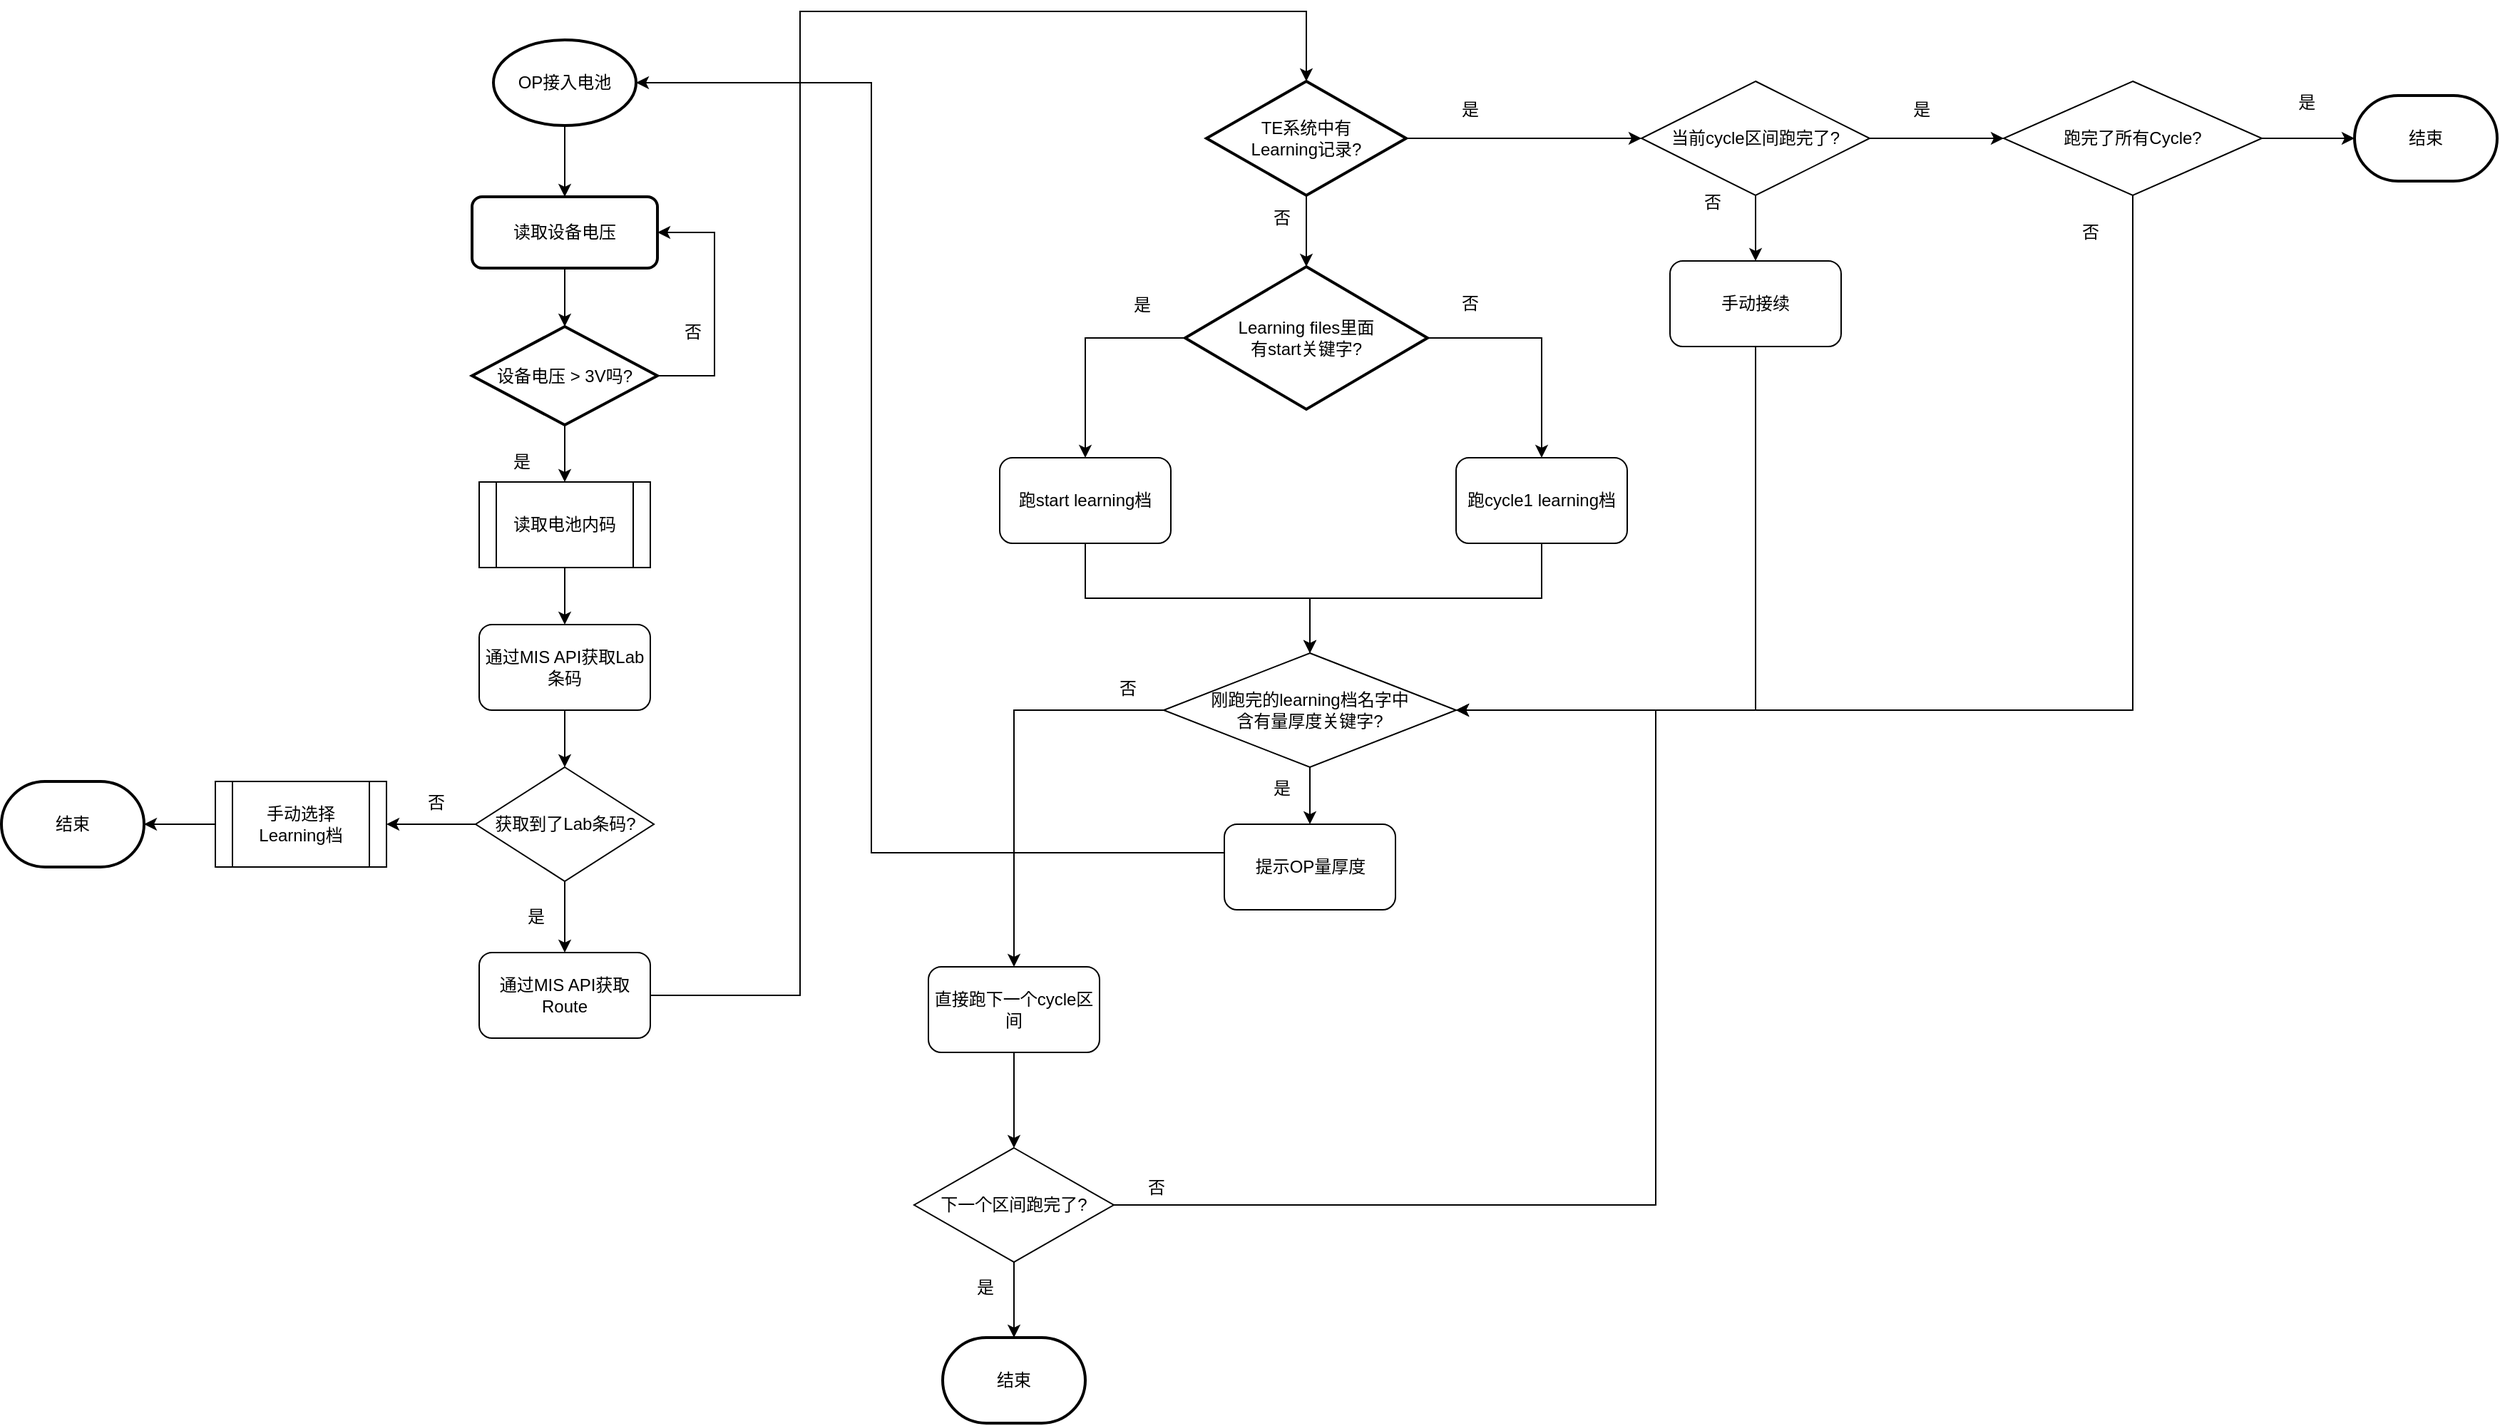
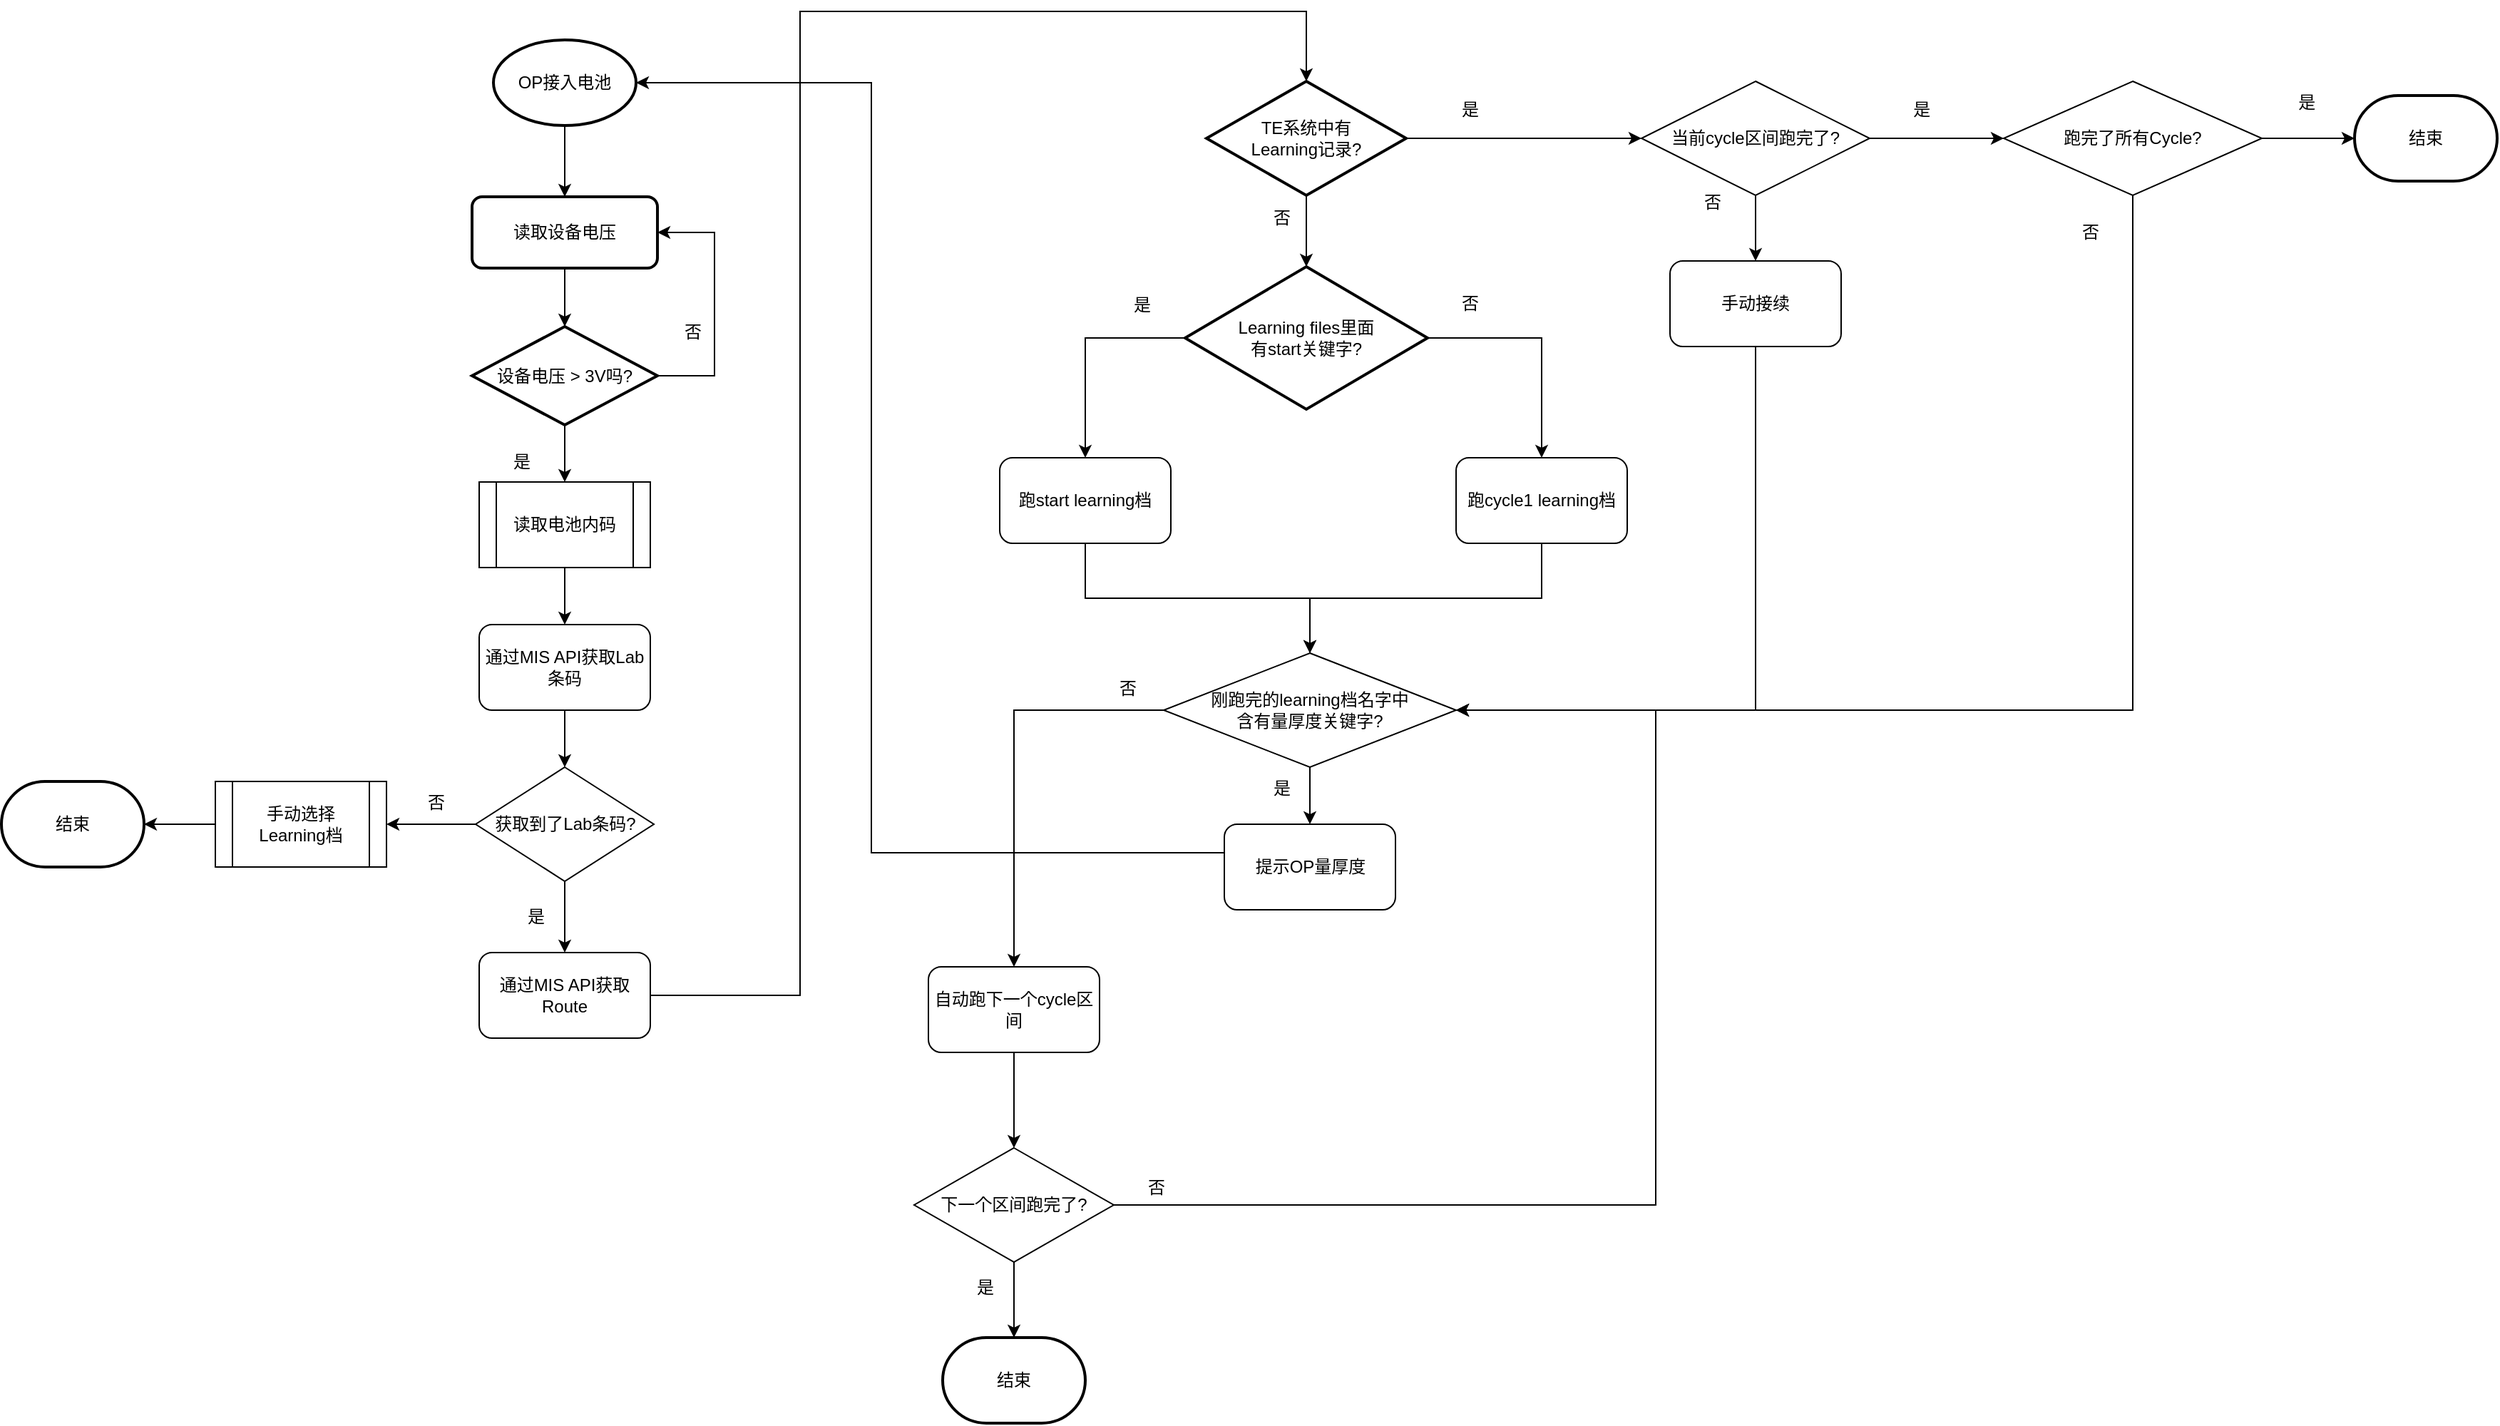
<mxfile host="app.diagrams.net">
  <diagram name="第 1 页" id="3HldnIOuQtLrwHUO-1mN">
    <mxGraphModel dx="1384" dy="813" grid="1" gridSize="10" guides="1" tooltips="1" connect="1" arrows="1" fold="1" page="1" pageScale="1" pageWidth="1169" pageHeight="827" background="#FFFFFF" math="0" shadow="0">
      <root>
        <mxCell id="0" />
        <mxCell id="1" parent="0" />
        <mxCell id="qRa3hty1LtdxE0hFs_0w-8" edge="1" parent="1" source="qRa3hty1LtdxE0hFs_0w-4" style="edgeStyle=orthogonalEdgeStyle;rounded=0;orthogonalLoop=1;jettySize=auto;html=1;" target="qRa3hty1LtdxE0hFs_0w-6" value="">
          <mxGeometry relative="1" as="geometry" />
        </mxCell>
        <mxCell id="qRa3hty1LtdxE0hFs_0w-4" parent="1" style="strokeWidth=2;html=1;shape=mxgraph.flowchart.start_1;whiteSpace=wrap;" value="OP接入电池" vertex="1">
          <mxGeometry height="60" width="100" x="385" y="50" as="geometry" />
        </mxCell>
        <mxCell id="qRa3hty1LtdxE0hFs_0w-9" edge="1" parent="1" source="qRa3hty1LtdxE0hFs_0w-6" style="edgeStyle=orthogonalEdgeStyle;rounded=0;orthogonalLoop=1;jettySize=auto;html=1;" target="qRa3hty1LtdxE0hFs_0w-7" value="">
          <mxGeometry relative="1" as="geometry" />
        </mxCell>
        <mxCell id="qRa3hty1LtdxE0hFs_0w-6" parent="1" style="rounded=1;whiteSpace=wrap;html=1;absoluteArcSize=1;arcSize=14;strokeWidth=2;" value="读取设备电压" vertex="1">
          <mxGeometry height="50" width="130" x="370" y="160" as="geometry" />
        </mxCell>
        <mxCell id="qRa3hty1LtdxE0hFs_0w-14" edge="1" parent="1" source="qRa3hty1LtdxE0hFs_0w-7" style="edgeStyle=orthogonalEdgeStyle;rounded=0;orthogonalLoop=1;jettySize=auto;html=1;" target="qRa3hty1LtdxE0hFs_0w-13" value="">
          <mxGeometry relative="1" as="geometry" />
        </mxCell>
        <mxCell id="qRa3hty1LtdxE0hFs_0w-25" edge="1" parent="1" source="qRa3hty1LtdxE0hFs_0w-7" style="edgeStyle=orthogonalEdgeStyle;rounded=0;orthogonalLoop=1;jettySize=auto;html=1;entryX=1;entryY=0.5;entryDx=0;entryDy=0;" target="qRa3hty1LtdxE0hFs_0w-6">
          <mxGeometry relative="1" as="geometry">
            <Array as="points">
              <mxPoint x="540" y="286" />
              <mxPoint x="540" y="185" />
            </Array>
            <mxPoint x="580" y="180" as="targetPoint" />
          </mxGeometry>
        </mxCell>
        <mxCell id="qRa3hty1LtdxE0hFs_0w-7" parent="1" style="strokeWidth=2;html=1;shape=mxgraph.flowchart.decision;whiteSpace=wrap;" value="设备电压 &amp;gt; 3V吗?" vertex="1">
          <mxGeometry height="69" width="130" x="370" y="251" as="geometry" />
        </mxCell>
        <mxCell id="qRa3hty1LtdxE0hFs_0w-11" parent="1" style="text;html=1;whiteSpace=wrap;strokeColor=none;fillColor=none;align=center;verticalAlign=middle;rounded=0;" value="&lt;div&gt;否&lt;/div&gt;" vertex="1">
          <mxGeometry height="30" width="60" x="495" y="240" as="geometry" />
        </mxCell>
        <mxCell id="qRa3hty1LtdxE0hFs_0w-12" parent="1" style="text;html=1;whiteSpace=wrap;strokeColor=none;fillColor=none;align=center;verticalAlign=middle;rounded=0;" value="&lt;div&gt;是&lt;/div&gt;" vertex="1">
          <mxGeometry height="30" width="60" x="375" y="331" as="geometry" />
        </mxCell>
        <mxCell id="qRa3hty1LtdxE0hFs_0w-16" edge="1" parent="1" source="qRa3hty1LtdxE0hFs_0w-13" style="edgeStyle=orthogonalEdgeStyle;rounded=0;orthogonalLoop=1;jettySize=auto;html=1;" target="qRa3hty1LtdxE0hFs_0w-15" value="">
          <mxGeometry relative="1" as="geometry" />
        </mxCell>
        <mxCell id="qRa3hty1LtdxE0hFs_0w-13" parent="1" style="shape=process;whiteSpace=wrap;html=1;backgroundOutline=1;" value="读取电池内码" vertex="1">
          <mxGeometry height="60" width="120" x="375" y="360" as="geometry" />
        </mxCell>
        <mxCell id="qRa3hty1LtdxE0hFs_0w-20" edge="1" parent="1" source="qRa3hty1LtdxE0hFs_0w-15" style="edgeStyle=orthogonalEdgeStyle;rounded=0;orthogonalLoop=1;jettySize=auto;html=1;" target="qRa3hty1LtdxE0hFs_0w-19" value="">
          <mxGeometry relative="1" as="geometry" />
        </mxCell>
        <mxCell id="qRa3hty1LtdxE0hFs_0w-15" parent="1" style="rounded=1;whiteSpace=wrap;html=1;" value="通过MIS API获取Lab条码" vertex="1">
          <mxGeometry height="60" width="120" x="375" y="460" as="geometry" />
        </mxCell>
        <mxCell id="qRa3hty1LtdxE0hFs_0w-31" edge="1" parent="1" source="qRa3hty1LtdxE0hFs_0w-17" style="edgeStyle=orthogonalEdgeStyle;rounded=0;orthogonalLoop=1;jettySize=auto;html=1;entryX=0.5;entryY=0;entryDx=0;entryDy=0;entryPerimeter=0;" target="qRa3hty1LtdxE0hFs_0w-30" value="">
          <mxGeometry relative="1" as="geometry">
            <Array as="points">
              <mxPoint x="600" y="720" />
              <mxPoint x="600" y="30" />
              <mxPoint x="955" y="30" />
            </Array>
          </mxGeometry>
        </mxCell>
        <mxCell id="qRa3hty1LtdxE0hFs_0w-17" parent="1" style="rounded=1;whiteSpace=wrap;html=1;" value="通过MIS API获取Route" vertex="1">
          <mxGeometry height="60" width="120" x="375" y="690" as="geometry" />
        </mxCell>
        <mxCell id="qRa3hty1LtdxE0hFs_0w-21" edge="1" parent="1" source="qRa3hty1LtdxE0hFs_0w-19" style="edgeStyle=orthogonalEdgeStyle;rounded=0;orthogonalLoop=1;jettySize=auto;html=1;" target="qRa3hty1LtdxE0hFs_0w-17" value="">
          <mxGeometry relative="1" as="geometry" />
        </mxCell>
        <mxCell id="qRa3hty1LtdxE0hFs_0w-27" edge="1" parent="1" source="qRa3hty1LtdxE0hFs_0w-19" style="edgeStyle=orthogonalEdgeStyle;rounded=0;orthogonalLoop=1;jettySize=auto;html=1;" target="qRa3hty1LtdxE0hFs_0w-26" value="">
          <mxGeometry relative="1" as="geometry" />
        </mxCell>
        <mxCell id="qRa3hty1LtdxE0hFs_0w-19" parent="1" style="rhombus;whiteSpace=wrap;html=1;" value="获取到了Lab条码?" vertex="1">
          <mxGeometry height="80" width="125" x="372.5" y="560" as="geometry" />
        </mxCell>
        <mxCell id="qRa3hty1LtdxE0hFs_0w-22" parent="1" style="text;html=1;whiteSpace=wrap;strokeColor=none;fillColor=none;align=center;verticalAlign=middle;rounded=0;" value="是" vertex="1">
          <mxGeometry height="30" width="60" x="385" y="650" as="geometry" />
        </mxCell>
        <mxCell id="qRa3hty1LtdxE0hFs_0w-29" edge="1" parent="1" source="qRa3hty1LtdxE0hFs_0w-26" style="edgeStyle=orthogonalEdgeStyle;rounded=0;orthogonalLoop=1;jettySize=auto;html=1;" target="qRa3hty1LtdxE0hFs_0w-28" value="">
          <mxGeometry relative="1" as="geometry" />
        </mxCell>
        <mxCell id="qRa3hty1LtdxE0hFs_0w-26" parent="1" style="shape=process;whiteSpace=wrap;html=1;backgroundOutline=1;" value="手动选择Learning档" vertex="1">
          <mxGeometry height="60" width="120" x="190" y="570" as="geometry" />
        </mxCell>
        <mxCell id="qRa3hty1LtdxE0hFs_0w-28" parent="1" style="strokeWidth=2;html=1;shape=mxgraph.flowchart.terminator;whiteSpace=wrap;" value="结束" vertex="1">
          <mxGeometry height="60" width="100" x="40" y="570" as="geometry" />
        </mxCell>
        <mxCell id="qRa3hty1LtdxE0hFs_0w-34" edge="1" parent="1" source="qRa3hty1LtdxE0hFs_0w-30" style="edgeStyle=orthogonalEdgeStyle;rounded=0;orthogonalLoop=1;jettySize=auto;html=1;" target="qRa3hty1LtdxE0hFs_0w-33" value="">
          <mxGeometry relative="1" as="geometry" />
        </mxCell>
        <mxCell id="qRa3hty1LtdxE0hFs_0w-38" edge="1" parent="1" source="qRa3hty1LtdxE0hFs_0w-30" style="edgeStyle=orthogonalEdgeStyle;rounded=0;orthogonalLoop=1;jettySize=auto;html=1;" target="qRa3hty1LtdxE0hFs_0w-37" value="">
          <mxGeometry relative="1" as="geometry" />
        </mxCell>
        <mxCell id="qRa3hty1LtdxE0hFs_0w-30" parent="1" style="strokeWidth=2;html=1;shape=mxgraph.flowchart.decision;whiteSpace=wrap;" value="&lt;div&gt;TE系统中有&lt;/div&gt;&lt;div&gt;Learning记录?&lt;/div&gt;" vertex="1">
          <mxGeometry height="80" width="140" x="885" y="79" as="geometry" />
        </mxCell>
        <mxCell id="qRa3hty1LtdxE0hFs_0w-45" edge="1" parent="1" source="qRa3hty1LtdxE0hFs_0w-33" style="edgeStyle=orthogonalEdgeStyle;rounded=0;orthogonalLoop=1;jettySize=auto;html=1;" target="qRa3hty1LtdxE0hFs_0w-44" value="">
          <mxGeometry relative="1" as="geometry" />
        </mxCell>
        <mxCell id="qRa3hty1LtdxE0hFs_0w-67" edge="1" parent="1" source="qRa3hty1LtdxE0hFs_0w-33" style="edgeStyle=orthogonalEdgeStyle;rounded=0;orthogonalLoop=1;jettySize=auto;html=1;entryX=0.5;entryY=0;entryDx=0;entryDy=0;exitX=1;exitY=0.5;exitDx=0;exitDy=0;exitPerimeter=0;" target="qRa3hty1LtdxE0hFs_0w-66">
          <mxGeometry relative="1" as="geometry" />
        </mxCell>
        <mxCell id="qRa3hty1LtdxE0hFs_0w-33" parent="1" style="strokeWidth=2;html=1;shape=mxgraph.flowchart.decision;whiteSpace=wrap;" value="&lt;div&gt;Learning files里面&lt;/div&gt;&lt;div&gt;有start关键字?&lt;/div&gt;" vertex="1">
          <mxGeometry height="100" width="170" x="870" y="209" as="geometry" />
        </mxCell>
        <mxCell id="qRa3hty1LtdxE0hFs_0w-35" parent="1" style="text;html=1;whiteSpace=wrap;strokeColor=none;fillColor=none;align=center;verticalAlign=middle;rounded=0;" value="否" vertex="1">
          <mxGeometry height="30" width="60" x="907.5" y="160" as="geometry" />
        </mxCell>
        <mxCell id="qRa3hty1LtdxE0hFs_0w-36" parent="1" style="text;html=1;whiteSpace=wrap;strokeColor=none;fillColor=none;align=center;verticalAlign=middle;rounded=0;" value="是" vertex="1">
          <mxGeometry height="30" width="60" x="1040" y="84" as="geometry" />
        </mxCell>
        <mxCell id="qRa3hty1LtdxE0hFs_0w-40" edge="1" parent="1" source="qRa3hty1LtdxE0hFs_0w-37" style="edgeStyle=orthogonalEdgeStyle;rounded=0;orthogonalLoop=1;jettySize=auto;html=1;" target="qRa3hty1LtdxE0hFs_0w-39" value="">
          <mxGeometry relative="1" as="geometry" />
        </mxCell>
        <mxCell id="qRa3hty1LtdxE0hFs_0w-65" edge="1" parent="1" source="qRa3hty1LtdxE0hFs_0w-37" style="edgeStyle=orthogonalEdgeStyle;rounded=0;orthogonalLoop=1;jettySize=auto;html=1;" target="qRa3hty1LtdxE0hFs_0w-59" value="">
          <mxGeometry relative="1" as="geometry" />
        </mxCell>
        <mxCell id="qRa3hty1LtdxE0hFs_0w-37" parent="1" style="rhombus;whiteSpace=wrap;html=1;" value="当前cycle区间跑完了?" vertex="1">
          <mxGeometry height="80" width="160" x="1190" y="79" as="geometry" />
        </mxCell>
        <mxCell id="qRa3hty1LtdxE0hFs_0w-74" edge="1" parent="1" source="qRa3hty1LtdxE0hFs_0w-39" style="edgeStyle=orthogonalEdgeStyle;rounded=0;orthogonalLoop=1;jettySize=auto;html=1;entryX=1;entryY=0.5;entryDx=0;entryDy=0;exitX=0.5;exitY=1;exitDx=0;exitDy=0;" target="qRa3hty1LtdxE0hFs_0w-49">
          <mxGeometry relative="1" as="geometry">
            <Array as="points">
              <mxPoint x="1270" y="520" />
            </Array>
            <mxPoint x="1270" y="260" as="sourcePoint" />
          </mxGeometry>
        </mxCell>
        <mxCell id="qRa3hty1LtdxE0hFs_0w-39" parent="1" style="rounded=1;whiteSpace=wrap;html=1;" value="手动接续" vertex="1">
          <mxGeometry height="60" width="120" x="1210" y="205" as="geometry" />
        </mxCell>
        <mxCell id="qRa3hty1LtdxE0hFs_0w-41" parent="1" style="text;html=1;whiteSpace=wrap;strokeColor=none;fillColor=none;align=center;verticalAlign=middle;rounded=0;" value="否" vertex="1">
          <mxGeometry height="30" width="60" x="1210" y="149" as="geometry" />
        </mxCell>
        <mxCell id="qRa3hty1LtdxE0hFs_0w-71" edge="1" parent="1" source="qRa3hty1LtdxE0hFs_0w-44" style="edgeStyle=orthogonalEdgeStyle;rounded=0;orthogonalLoop=1;jettySize=auto;html=1;entryX=0.5;entryY=0;entryDx=0;entryDy=0;" target="qRa3hty1LtdxE0hFs_0w-49">
          <mxGeometry relative="1" as="geometry" />
        </mxCell>
        <mxCell id="qRa3hty1LtdxE0hFs_0w-44" parent="1" style="rounded=1;whiteSpace=wrap;html=1;" value="跑start learning档" vertex="1">
          <mxGeometry height="60" width="120" x="740" y="343" as="geometry" />
        </mxCell>
        <mxCell id="qRa3hty1LtdxE0hFs_0w-46" parent="1" style="text;html=1;whiteSpace=wrap;strokeColor=none;fillColor=none;align=center;verticalAlign=middle;rounded=0;" value="是" vertex="1">
          <mxGeometry height="30" width="60" x="810" y="221" as="geometry" />
        </mxCell>
        <mxCell id="qRa3hty1LtdxE0hFs_0w-52" edge="1" parent="1" source="qRa3hty1LtdxE0hFs_0w-49" style="edgeStyle=orthogonalEdgeStyle;rounded=0;orthogonalLoop=1;jettySize=auto;html=1;" target="qRa3hty1LtdxE0hFs_0w-51" value="">
          <mxGeometry relative="1" as="geometry" />
        </mxCell>
        <mxCell id="qRa3hty1LtdxE0hFs_0w-56" edge="1" parent="1" source="qRa3hty1LtdxE0hFs_0w-49" style="edgeStyle=orthogonalEdgeStyle;rounded=0;orthogonalLoop=1;jettySize=auto;html=1;" target="qRa3hty1LtdxE0hFs_0w-55" value="">
          <mxGeometry relative="1" as="geometry" />
        </mxCell>
        <mxCell id="qRa3hty1LtdxE0hFs_0w-49" parent="1" style="rhombus;whiteSpace=wrap;html=1;" value="&lt;div&gt;刚跑完的learning档名字中&lt;/div&gt;&lt;div&gt;含有量厚度关键字?&lt;/div&gt;" vertex="1">
          <mxGeometry height="80" width="205" x="855" y="480" as="geometry" />
        </mxCell>
        <mxCell id="qRa3hty1LtdxE0hFs_0w-51" parent="1" style="rounded=1;whiteSpace=wrap;html=1;" value="提示OP量厚度" vertex="1">
          <mxGeometry height="60" width="120" x="897.5" y="600" as="geometry" />
        </mxCell>
        <mxCell id="qRa3hty1LtdxE0hFs_0w-53" parent="1" style="text;html=1;whiteSpace=wrap;strokeColor=none;fillColor=none;align=center;verticalAlign=middle;rounded=0;" value="是" vertex="1">
          <mxGeometry height="30" width="60" x="907.5" y="560" as="geometry" />
        </mxCell>
        <mxCell id="qRa3hty1LtdxE0hFs_0w-54" edge="1" parent="1" source="qRa3hty1LtdxE0hFs_0w-51" style="edgeStyle=orthogonalEdgeStyle;rounded=0;orthogonalLoop=1;jettySize=auto;html=1;entryX=1;entryY=0.5;entryDx=0;entryDy=0;entryPerimeter=0;" target="qRa3hty1LtdxE0hFs_0w-4">
          <mxGeometry relative="1" as="geometry">
            <Array as="points">
              <mxPoint x="650" y="620" />
              <mxPoint x="650" y="80" />
            </Array>
          </mxGeometry>
        </mxCell>
        <mxCell id="qRa3hty1LtdxE0hFs_0w-82" edge="1" parent="1" source="qRa3hty1LtdxE0hFs_0w-55" style="edgeStyle=orthogonalEdgeStyle;rounded=0;orthogonalLoop=1;jettySize=auto;html=1;" target="qRa3hty1LtdxE0hFs_0w-81" value="">
          <mxGeometry relative="1" as="geometry" />
        </mxCell>
-         <mxCell id="qRa3hty1LtdxE0hFs_0w-55" parent="1" style="rounded=1;whiteSpace=wrap;html=1;" value="直接跑下一个cycle区间" vertex="1">
+         <mxCell id="qRa3hty1LtdxE0hFs_0w-55" parent="1" style="rounded=1;whiteSpace=wrap;html=1;" value="自动跑下一个cycle区间" vertex="1">
          <mxGeometry height="60" width="120" x="690" y="700" as="geometry" />
        </mxCell>
        <mxCell id="qRa3hty1LtdxE0hFs_0w-57" parent="1" style="text;html=1;whiteSpace=wrap;strokeColor=none;fillColor=none;align=center;verticalAlign=middle;rounded=0;" value="否" vertex="1">
          <mxGeometry height="30" width="60" x="315" y="570" as="geometry" />
        </mxCell>
        <mxCell id="qRa3hty1LtdxE0hFs_0w-58" parent="1" style="text;html=1;whiteSpace=wrap;strokeColor=none;fillColor=none;align=center;verticalAlign=middle;rounded=0;" value="&amp;nbsp;是" vertex="1">
          <mxGeometry height="30" width="60" x="1355" y="84" as="geometry" />
        </mxCell>
        <mxCell id="qRa3hty1LtdxE0hFs_0w-64" edge="1" parent="1" source="qRa3hty1LtdxE0hFs_0w-59" style="edgeStyle=orthogonalEdgeStyle;rounded=0;orthogonalLoop=1;jettySize=auto;html=1;" target="qRa3hty1LtdxE0hFs_0w-63" value="">
          <mxGeometry relative="1" as="geometry" />
        </mxCell>
        <mxCell id="qRa3hty1LtdxE0hFs_0w-76" edge="1" parent="1" source="qRa3hty1LtdxE0hFs_0w-59" style="edgeStyle=orthogonalEdgeStyle;rounded=0;orthogonalLoop=1;jettySize=auto;html=1;entryX=1;entryY=0.5;entryDx=0;entryDy=0;" target="qRa3hty1LtdxE0hFs_0w-49">
          <mxGeometry relative="1" as="geometry">
            <Array as="points">
              <mxPoint x="1535" y="520" />
            </Array>
          </mxGeometry>
        </mxCell>
        <mxCell id="qRa3hty1LtdxE0hFs_0w-59" parent="1" style="rhombus;whiteSpace=wrap;html=1;" value="跑完了所有Cycle?" vertex="1">
          <mxGeometry height="80" width="181" x="1444" y="79" as="geometry" />
        </mxCell>
        <mxCell id="qRa3hty1LtdxE0hFs_0w-60" parent="1" style="text;html=1;whiteSpace=wrap;strokeColor=none;fillColor=none;align=center;verticalAlign=middle;rounded=0;" value="否" vertex="1">
          <mxGeometry height="30" width="60" x="1475" y="170" as="geometry" />
        </mxCell>
        <mxCell id="qRa3hty1LtdxE0hFs_0w-62" parent="1" style="text;html=1;whiteSpace=wrap;strokeColor=none;fillColor=none;align=center;verticalAlign=middle;rounded=0;" value="&amp;nbsp;是" vertex="1">
          <mxGeometry height="30" width="60" x="1625" y="79" as="geometry" />
        </mxCell>
        <mxCell id="qRa3hty1LtdxE0hFs_0w-63" parent="1" style="strokeWidth=2;html=1;shape=mxgraph.flowchart.terminator;whiteSpace=wrap;" value="结束" vertex="1">
          <mxGeometry height="60" width="100" x="1690" y="89" as="geometry" />
        </mxCell>
        <mxCell id="qRa3hty1LtdxE0hFs_0w-73" edge="1" parent="1" source="qRa3hty1LtdxE0hFs_0w-66" style="edgeStyle=orthogonalEdgeStyle;rounded=0;orthogonalLoop=1;jettySize=auto;html=1;entryX=0.5;entryY=0;entryDx=0;entryDy=0;" target="qRa3hty1LtdxE0hFs_0w-49">
          <mxGeometry relative="1" as="geometry" />
        </mxCell>
        <mxCell id="qRa3hty1LtdxE0hFs_0w-66" parent="1" style="rounded=1;whiteSpace=wrap;html=1;" value="跑cycle1 learning档" vertex="1">
          <mxGeometry height="60" width="120" x="1060" y="343" as="geometry" />
        </mxCell>
        <mxCell id="qRa3hty1LtdxE0hFs_0w-68" parent="1" style="text;html=1;whiteSpace=wrap;strokeColor=none;fillColor=none;align=center;verticalAlign=middle;rounded=0;" value="否" vertex="1">
          <mxGeometry height="30" width="60" x="1040" y="220" as="geometry" />
        </mxCell>
        <mxCell id="qRa3hty1LtdxE0hFs_0w-75" parent="1" style="text;html=1;whiteSpace=wrap;strokeColor=none;fillColor=none;align=center;verticalAlign=middle;rounded=0;" value="否" vertex="1">
          <mxGeometry height="30" width="60" x="800" y="490" as="geometry" />
        </mxCell>
        <mxCell id="qRa3hty1LtdxE0hFs_0w-84" edge="1" parent="1" source="qRa3hty1LtdxE0hFs_0w-81" style="edgeStyle=orthogonalEdgeStyle;rounded=0;orthogonalLoop=1;jettySize=auto;html=1;" target="qRa3hty1LtdxE0hFs_0w-83" value="">
          <mxGeometry relative="1" as="geometry" />
        </mxCell>
        <mxCell id="qRa3hty1LtdxE0hFs_0w-86" edge="1" parent="1" source="qRa3hty1LtdxE0hFs_0w-81" style="edgeStyle=orthogonalEdgeStyle;rounded=0;orthogonalLoop=1;jettySize=auto;html=1;entryX=1;entryY=0.5;entryDx=0;entryDy=0;" target="qRa3hty1LtdxE0hFs_0w-49">
          <mxGeometry relative="1" as="geometry">
            <Array as="points">
              <mxPoint x="1200" y="867" />
              <mxPoint x="1200" y="520" />
            </Array>
          </mxGeometry>
        </mxCell>
        <mxCell id="qRa3hty1LtdxE0hFs_0w-81" parent="1" style="rhombus;whiteSpace=wrap;html=1;" value="下一个区间跑完了?" vertex="1">
          <mxGeometry height="80" width="140" x="680" y="827" as="geometry" />
        </mxCell>
        <mxCell id="qRa3hty1LtdxE0hFs_0w-83" parent="1" style="strokeWidth=2;html=1;shape=mxgraph.flowchart.terminator;whiteSpace=wrap;" value="结束" vertex="1">
          <mxGeometry height="60" width="100" x="700" y="960" as="geometry" />
        </mxCell>
        <mxCell id="qRa3hty1LtdxE0hFs_0w-85" parent="1" style="text;html=1;whiteSpace=wrap;strokeColor=none;fillColor=none;align=center;verticalAlign=middle;rounded=0;" value="是" vertex="1">
          <mxGeometry height="30" width="60" x="700" y="910" as="geometry" />
        </mxCell>
        <mxCell id="qRa3hty1LtdxE0hFs_0w-87" parent="1" style="text;html=1;whiteSpace=wrap;strokeColor=none;fillColor=none;align=center;verticalAlign=middle;rounded=0;" value="否" vertex="1">
          <mxGeometry height="30" width="60" x="820" y="840" as="geometry" />
        </mxCell>
      </root>
    </mxGraphModel>
  </diagram>
</mxfile>
